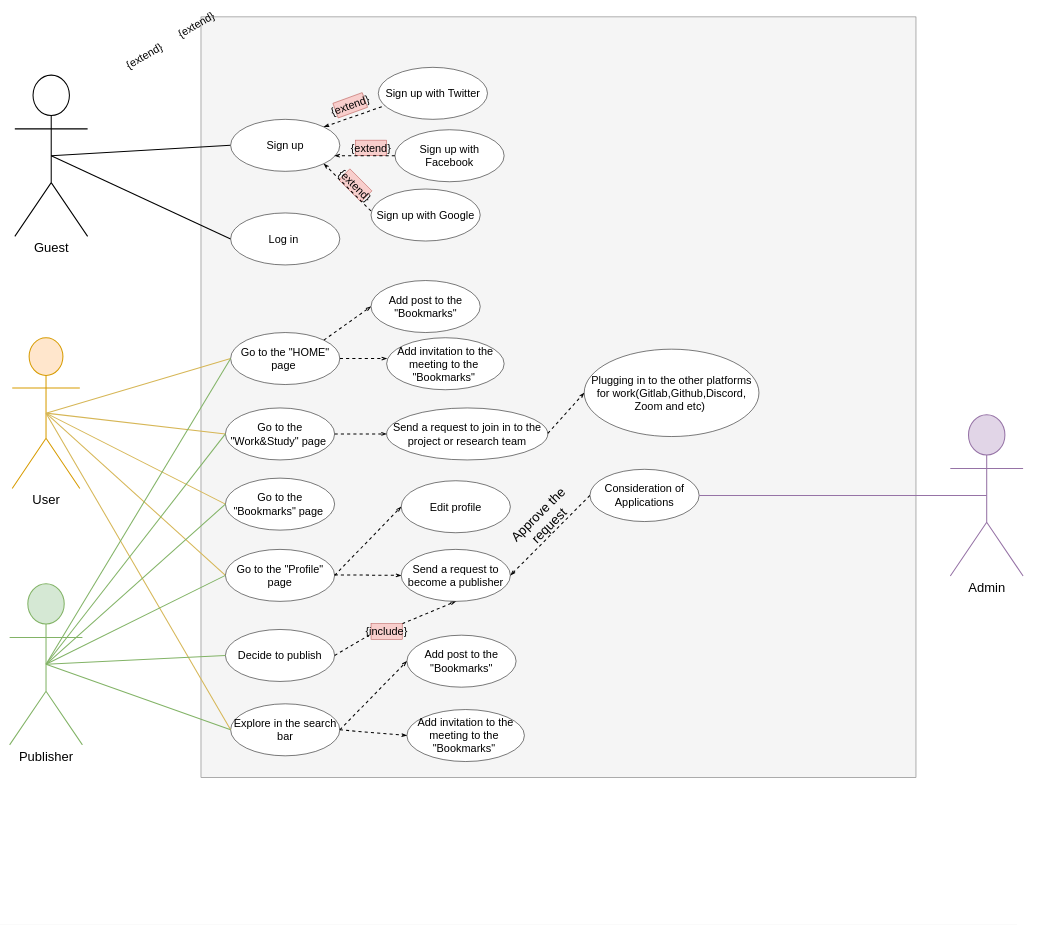
Borisov775/NeuroTalks keeps this draw.io diagram as Untitled Diagram.drawio. Above is the earlier version. Source tidied: cells renumbered, new cells numbered last; positions are measured from the earlier drawing's top-left corner, leaving out a move shared by most shapes. Both pictures are drawn from the tidied source at 52%, with x=0, y=0 at pixel (9, 17).
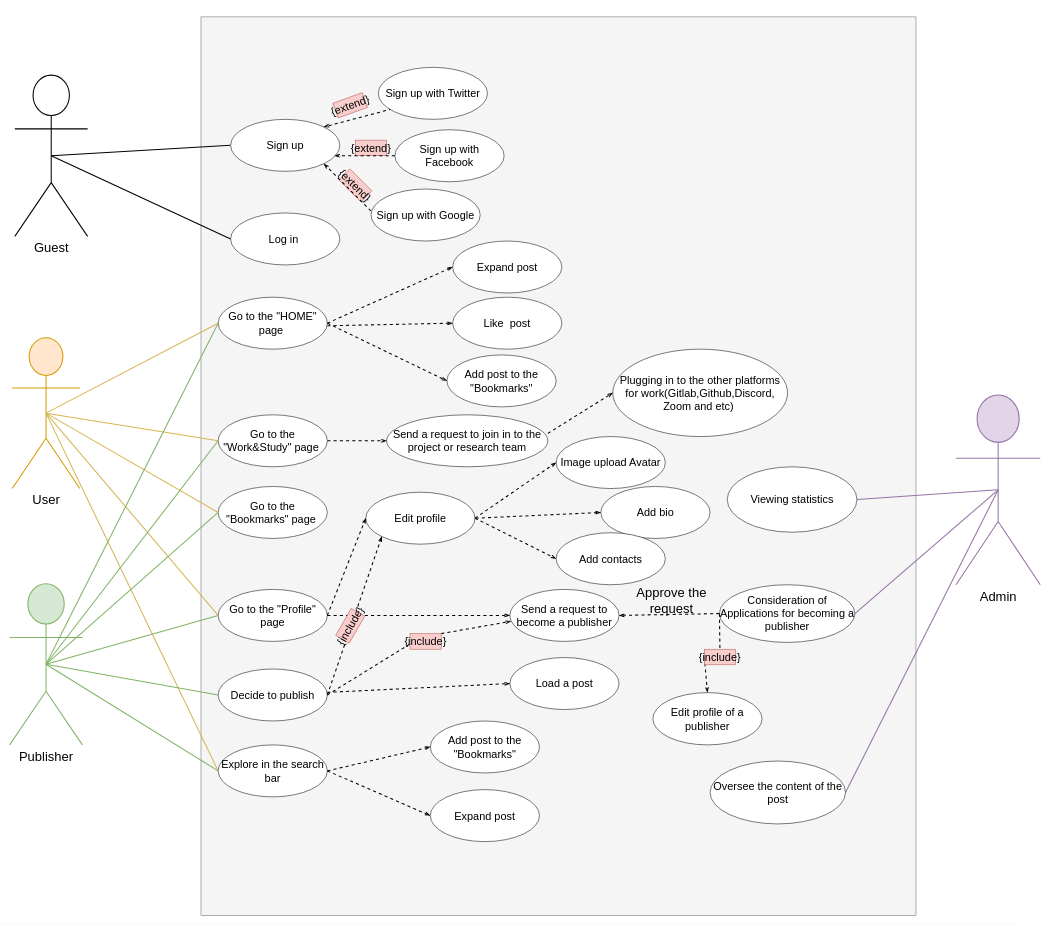
Above is the later version.

Change to the diagram source:
```diff
@@
     <mxCell id="3" style="rounded=0;whiteSpace=wrap;html=1;fillColor=#f5f5f5;fontColor=#333333;strokeColor=#666666;" parent="1" vertex="1">
-      <mxGeometry x="368" width="1375" height="1463" as="geometry" />
+      <mxGeometry x="368" width="1375" height="1728" as="geometry" />
     </mxCell>
@@
-    <mxCell id="10" value="{extend}" style="text;html=1;strokeColor=none;fillColor=none;align=center;verticalAlign=middle;whiteSpace=wrap;rounded=0;fontFamily=Helvetica;fontSize=21;rotation=-30;" parent="1" vertex="1">
-      <mxGeometry x="328.5" width="60" height="30" as="geometry" />
-    </mxCell>
-    <mxCell id="11" value="{extend}" style="text;html=1;strokeColor=none;fillColor=none;align=center;verticalAlign=middle;whiteSpace=wrap;rounded=0;fontFamily=Helvetica;fontSize=21;rotation=-30;" parent="1" vertex="1">
-      <mxGeometry x="228.5" y="60" width="60" height="30" as="geometry" />
-    </mxCell>
@@
     <mxCell id="22" value="&lt;span style=&quot;font-size: 21px&quot;&gt;Go to the &quot;HOME&quot; page&amp;nbsp;&lt;/span&gt;" style="ellipse;whiteSpace=wrap;html=1;fontFamily=Helvetica;align=center;" parent="1" vertex="1">
-      <mxGeometry x="425" y="607" width="210" height="100" as="geometry" />
+      <mxGeometry x="401" y="539" width="210" height="100" as="geometry" />
     </mxCell>
-    <mxCell id="23" style="endArrow=openThin;html=1;rounded=0;fontFamily=Helvetica;fontSize=21;dashed=1;endFill=0;strokeWidth=2;exitX=1;exitY=0;exitDx=0;exitDy=0;labelPosition=left;verticalLabelPosition=top;align=right;verticalAlign=bottom;horizontal=1;spacingTop=0;fontStyle=0;entryX=0;entryY=0.5;entryDx=0;entryDy=0;" parent="1" edge="1" source="22" target="24">
+    <mxCell id="23" style="endArrow=openThin;html=1;rounded=0;fontFamily=Helvetica;fontSize=21;dashed=1;endFill=0;strokeWidth=2;exitX=1;exitY=0.5;exitDx=0;exitDy=0;labelPosition=left;verticalLabelPosition=top;align=right;verticalAlign=bottom;horizontal=1;spacingTop=0;fontStyle=0;entryX=0;entryY=0.5;entryDx=0;entryDy=0;" parent="1" edge="1" source="22" target="24">
       <mxGeometry x="-0.22" y="-34" relative="1" as="geometry" />
     </mxCell>
     <mxCell id="24" value="&lt;span style=&quot;font-size: 21px&quot;&gt;Add post to the &quot;Bookmarks&quot;&lt;/span&gt;" style="ellipse;whiteSpace=wrap;html=1;fontFamily=Helvetica;align=center;" parent="1" vertex="1">
-      <mxGeometry x="695" y="507" width="210" height="100" as="geometry" />
+      <mxGeometry x="841" y="650" width="210" height="100" as="geometry" />
     </mxCell>
-    <mxCell id="25" style="endArrow=openThin;html=1;rounded=0;fontFamily=Helvetica;fontSize=21;dashed=1;endFill=0;strokeWidth=2;exitX=1;exitY=0.5;exitDx=0;exitDy=0;labelPosition=left;verticalLabelPosition=top;align=right;verticalAlign=bottom;horizontal=1;spacingTop=0;fontStyle=0;entryX=0.003;entryY=0.4;entryDx=0;entryDy=0;entryPerimeter=0;" parent="1" edge="1" source="22">
-      <mxGeometry x="-0.22" y="-34" relative="1" as="geometry">
-        <mxPoint x="725.6" y="657" as="targetPoint" />
-      </mxGeometry>
-    </mxCell>
     <mxCell id="26" value="&lt;span style=&quot;font-size: 21px&quot;&gt;Go to the &quot;Work&amp;amp;Study&quot; page&amp;nbsp;&lt;/span&gt;" style="ellipse;whiteSpace=wrap;html=1;fontFamily=Helvetica;align=center;" parent="1" vertex="1">
-      <mxGeometry x="415" y="752" width="210" height="100" as="geometry" />
+      <mxGeometry x="401" y="765.2" width="210" height="100" as="geometry" />
     </mxCell>
@@
     <mxCell id="28" value="&lt;span style=&quot;font-size: 21px&quot;&gt;Send a request to join in to the project or research team&lt;/span&gt;" style="ellipse;whiteSpace=wrap;html=1;fontFamily=Helvetica;align=center;" parent="1" vertex="1">
-      <mxGeometry x="725" y="752" width="310" height="100" as="geometry" />
+      <mxGeometry x="725" y="765.2" width="310" height="100" as="geometry" />
     </mxCell>
     <mxCell id="29" value="&lt;span style=&quot;font-size: 21px&quot;&gt;Go to the &quot;Bookmarks&quot; page&amp;nbsp;&lt;/span&gt;" style="ellipse;whiteSpace=wrap;html=1;fontFamily=Helvetica;align=center;" parent="1" vertex="1">
-      <mxGeometry x="415" y="887" width="210" height="100" as="geometry" />
+      <mxGeometry x="401" y="903" width="210" height="100" as="geometry" />
     </mxCell>
@@
     <mxCell id="32" value="&lt;span style=&quot;font-size: 21px&quot;&gt;Go to the &quot;Profile&quot; page&lt;/span&gt;" style="ellipse;whiteSpace=wrap;html=1;fontFamily=Helvetica;align=center;" parent="1" vertex="1">
-      <mxGeometry x="415" y="1024" width="210" height="100" as="geometry" />
+      <mxGeometry x="401" y="1101" width="210" height="100" as="geometry" />
     </mxCell>
@@
     <mxCell id="34" value="Admin" style="shape=umlActor;verticalLabelPosition=bottom;verticalAlign=top;html=1;outlineConnect=0;fontFamily=Helvetica;strokeWidth=2;fontSize=25;fillColor=#e1d5e7;strokeColor=#9673a6;" parent="1" vertex="1">
-      <mxGeometry x="1809" y="765.2" width="140" height="310" as="geometry" />
+      <mxGeometry x="1820" y="727" width="162" height="365" as="geometry" />
     </mxCell>
@@
     <mxCell id="36" value="&lt;span style=&quot;font-size: 21px&quot;&gt;Send a request to become a publisher&lt;/span&gt;" style="ellipse;whiteSpace=wrap;html=1;fontFamily=Helvetica;align=center;" parent="1" vertex="1">
-      <mxGeometry x="753" y="1024" width="210" height="100" as="geometry" />
+      <mxGeometry x="962" y="1101" width="210" height="100" as="geometry" />
     </mxCell>
     <mxCell id="37" value="&lt;span style=&quot;font-size: 21px&quot;&gt;Edit profile&lt;/span&gt;" style="ellipse;whiteSpace=wrap;html=1;fontFamily=Helvetica;align=center;" parent="1" vertex="1">
-      <mxGeometry x="753" y="892" width="210" height="100" as="geometry" />
+      <mxGeometry x="685" y="914" width="210" height="100" as="geometry" />
     </mxCell>
-    <mxCell id="38" style="endArrow=openThin;html=1;rounded=0;fontFamily=Helvetica;fontSize=21;dashed=1;endFill=0;entryX=0;entryY=0.5;entryDx=0;entryDy=0;strokeWidth=2;labelPosition=left;verticalLabelPosition=top;align=right;verticalAlign=bottom;horizontal=1;spacingTop=0;fontStyle=0;exitX=1;exitY=0.5;exitDx=0;exitDy=0;" parent="1" edge="1" target="36">
-      <mxGeometry x="-0.22" y="-34" relative="1" as="geometry">
-        <mxPoint x="625" y="1073" as="sourcePoint" />
-      </mxGeometry>
+    <mxCell id="38" style="endArrow=openThin;html=1;rounded=0;fontFamily=Helvetica;fontSize=21;dashed=1;endFill=0;entryX=0;entryY=0.5;entryDx=0;entryDy=0;strokeWidth=2;labelPosition=left;verticalLabelPosition=top;align=right;verticalAlign=bottom;horizontal=1;spacingTop=0;fontStyle=0;exitX=1;exitY=0.5;exitDx=0;exitDy=0;startArrow=none;" parent="1" edge="1" source="32" target="36">
+      <mxGeometry x="-0.22" y="-34" relative="1" as="geometry" />
     </mxCell>
@@
     <mxCell id="40" value="&lt;span style=&quot;font-size: 21px&quot;&gt;Explore in the search bar&lt;/span&gt;" style="ellipse;whiteSpace=wrap;html=1;fontFamily=Helvetica;align=center;" parent="1" vertex="1">
-      <mxGeometry x="425" y="1321" width="210" height="100" as="geometry" />
+      <mxGeometry x="401" y="1400" width="210" height="100" as="geometry" />
     </mxCell>
@@
     <mxCell id="43" value="&lt;span style=&quot;font-size: 21px&quot;&gt;Add post to the &quot;Bookmarks&quot;&lt;/span&gt;" style="ellipse;whiteSpace=wrap;html=1;fontFamily=Helvetica;align=center;" parent="1" vertex="1">
-      <mxGeometry x="764" y="1189" width="210" height="100" as="geometry" />
+      <mxGeometry x="809" y="1354" width="210" height="100" as="geometry" />
     </mxCell>
-    <mxCell id="44" value="&lt;span style=&quot;font-size: 21px&quot;&gt;Add invitation to the meeting to the&amp;nbsp;&lt;br&gt;&quot;Bookmarks&quot;&amp;nbsp;&lt;/span&gt;" style="ellipse;whiteSpace=wrap;html=1;fontFamily=Helvetica;align=center;" parent="1" vertex="1">
-      <mxGeometry x="764" y="1332" width="226" height="100" as="geometry" />
-    </mxCell>
-    <mxCell id="45" value="&lt;span style=&quot;font-size: 21px&quot;&gt;Add invitation to the meeting to the&amp;nbsp;&lt;br&gt;&quot;Bookmarks&quot;&amp;nbsp;&lt;/span&gt;" style="ellipse;whiteSpace=wrap;html=1;fontFamily=Helvetica;align=center;" parent="1" vertex="1">
-      <mxGeometry x="725" y="617" width="226" height="100" as="geometry" />
-    </mxCell>
-    <mxCell id="46" style="endArrow=openThin;html=1;rounded=0;fontFamily=Helvetica;fontSize=21;dashed=1;endFill=0;strokeWidth=2;exitX=1;exitY=0.5;exitDx=0;exitDy=0;labelPosition=left;verticalLabelPosition=top;align=right;verticalAlign=bottom;horizontal=1;spacingTop=0;fontStyle=0;entryX=0;entryY=0.5;entryDx=0;entryDy=0;" parent="1" edge="1" source="40" target="44">
+    <mxCell id="46" style="endArrow=openThin;html=1;rounded=0;fontFamily=Helvetica;fontSize=21;dashed=1;endFill=0;strokeWidth=2;exitX=1;exitY=0.5;exitDx=0;exitDy=0;labelPosition=left;verticalLabelPosition=top;align=right;verticalAlign=bottom;horizontal=1;spacingTop=0;fontStyle=0;entryX=0;entryY=0.5;entryDx=0;entryDy=0;" parent="1" edge="1" source="40" target="73">
       <mxGeometry x="-0.22" y="-34" relative="1" as="geometry" />
     </mxCell>
@@
-    <mxCell id="53" value="&lt;span style=&quot;font-size: 21px&quot;&gt;Consideration of Applications&lt;/span&gt;" style="ellipse;whiteSpace=wrap;html=1;fontFamily=Helvetica;align=center;" parent="1" vertex="1">
-      <mxGeometry x="1116" y="870" width="210" height="100.5" as="geometry" />
+    <mxCell id="53" value="&lt;span style=&quot;font-size: 21px&quot;&gt;Consideration of Applications for becoming a publisher&lt;/span&gt;" style="ellipse;whiteSpace=wrap;html=1;fontFamily=Helvetica;align=center;" parent="1" vertex="1">
+      <mxGeometry x="1365" y="1092" width="260.5" height="110.9" as="geometry" />
     </mxCell>
-    <mxCell id="54" value="Approve the request" style="text;html=1;strokeColor=none;fillColor=none;align=center;verticalAlign=middle;whiteSpace=wrap;rounded=0;fontFamily=Helvetica;fontSize=25;rotation=-45;" parent="1" vertex="1">
-      <mxGeometry x="919" y="946" width="214" height="41" as="geometry" />
+    <mxCell id="54" value="Approve the request" style="text;html=1;strokeColor=none;fillColor=none;align=center;verticalAlign=middle;whiteSpace=wrap;rounded=0;fontFamily=Helvetica;fontSize=25;rotation=0;" parent="1" vertex="1">
+      <mxGeometry x="1166" y="1101" width="214" height="41" as="geometry" />
     </mxCell>
     <mxCell id="55" value="&lt;span style=&quot;font-size: 21px&quot;&gt;Decide to publish&lt;/span&gt;" style="ellipse;whiteSpace=wrap;html=1;fontFamily=Helvetica;align=center;" parent="1" vertex="1">
-      <mxGeometry x="415" y="1178" width="210" height="100" as="geometry" />
+      <mxGeometry x="401" y="1254" width="210" height="100" as="geometry" />
     </mxCell>
@@
-    <mxCell id="57" style="endArrow=openThin;html=1;rounded=0;fontFamily=Helvetica;fontSize=21;dashed=1;endFill=0;strokeWidth=2;exitX=1;exitY=0;exitDx=0;exitDy=0;labelPosition=left;verticalLabelPosition=top;align=right;verticalAlign=bottom;horizontal=1;spacingTop=0;fontStyle=0;startArrow=none;entryX=0.5;entryY=1;entryDx=0;entryDy=0;" parent="1" edge="1" source="58" target="36">
+    <mxCell id="57" style="endArrow=openThin;html=1;rounded=0;fontFamily=Helvetica;fontSize=21;dashed=1;endFill=0;strokeWidth=2;exitX=1;exitY=0;exitDx=0;exitDy=0;labelPosition=left;verticalLabelPosition=top;align=right;verticalAlign=bottom;horizontal=1;spacingTop=0;fontStyle=0;startArrow=none;entryX=0.01;entryY=0.614;entryDx=0;entryDy=0;entryPerimeter=0;" parent="1" edge="1" source="58" target="36">
       <mxGeometry x="-0.22" y="-34" relative="1" as="geometry" />
     </mxCell>
     <mxCell id="58" value="{include}" style="text;html=1;strokeColor=#b85450;fillColor=#f8cecc;align=center;verticalAlign=middle;whiteSpace=wrap;rounded=0;fontFamily=Helvetica;fontSize=21;rotation=0;" parent="1" vertex="1">
-      <mxGeometry x="695" y="1167" width="60" height="30" as="geometry" />
+      <mxGeometry x="770" y="1186" width="60" height="30" as="geometry" />
     </mxCell>
@@
     <mxCell id="61" value="&lt;span style=&quot;font-size: 21px&quot;&gt;Plugging in to the other platforms for work(Gitlab,Github,Discord, Zoom and etc)&amp;nbsp;&lt;/span&gt;" style="ellipse;whiteSpace=wrap;html=1;fontFamily=Helvetica;align=center;" parent="1" vertex="1">
-      <mxGeometry x="1105" y="639" width="336" height="168" as="geometry" />
+      <mxGeometry x="1160" y="639" width="336" height="168" as="geometry" />
     </mxCell>
@@
+    <mxCell id="63" value="&lt;span style=&quot;font-size: 21px&quot;&gt;Image upload Avatar&lt;/span&gt;" style="ellipse;whiteSpace=wrap;html=1;fontFamily=Helvetica;align=center;" parent="1" vertex="1">
+      <mxGeometry x="1051" y="807" width="210" height="100" as="geometry" />
+    </mxCell>
+    <mxCell id="64" value="&lt;span style=&quot;font-size: 21px&quot;&gt;Add bio&lt;/span&gt;" style="ellipse;whiteSpace=wrap;html=1;fontFamily=Helvetica;align=center;" parent="1" vertex="1">
+      <mxGeometry x="1137" y="903" width="210" height="100" as="geometry" />
+    </mxCell>
+    <mxCell id="65" style="endArrow=openThin;html=1;rounded=0;fontFamily=Helvetica;fontSize=21;dashed=1;endFill=0;entryX=0;entryY=0.5;entryDx=0;entryDy=0;strokeWidth=2;labelPosition=left;verticalLabelPosition=top;align=right;verticalAlign=bottom;horizontal=1;spacingTop=0;fontStyle=0;exitX=1;exitY=0.5;exitDx=0;exitDy=0;" parent="1" edge="1" source="37" target="63">
+      <mxGeometry x="-0.22" y="-34" relative="1" as="geometry" />
+    </mxCell>
+    <mxCell id="66" style="endArrow=openThin;html=1;rounded=0;fontFamily=Helvetica;fontSize=21;dashed=1;endFill=0;strokeWidth=2;labelPosition=left;verticalLabelPosition=top;align=right;verticalAlign=bottom;horizontal=1;spacingTop=0;fontStyle=0;exitX=1;exitY=0.5;exitDx=0;exitDy=0;entryX=0;entryY=1;entryDx=0;entryDy=0;" parent="1" edge="1" source="55" target="37">
+      <mxGeometry x="-0.22" y="-34" relative="1" as="geometry" />
+    </mxCell>
+    <mxCell id="67" value="{include}" style="text;html=1;strokeColor=#b85450;fillColor=#f8cecc;align=center;verticalAlign=middle;whiteSpace=wrap;rounded=0;fontFamily=Helvetica;fontSize=21;rotation=-60;" parent="1" vertex="1">
+      <mxGeometry x="625" y="1156" width="60" height="30" as="geometry" />
+    </mxCell>
+    <mxCell id="68" value="&lt;span style=&quot;font-size: 21px&quot;&gt;Load a post&lt;/span&gt;" style="ellipse;whiteSpace=wrap;html=1;fontFamily=Helvetica;align=center;" parent="1" vertex="1">
+      <mxGeometry x="962" y="1232" width="210" height="100" as="geometry" />
+    </mxCell>
+    <mxCell id="69" style="endArrow=openThin;html=1;rounded=0;fontFamily=Helvetica;fontSize=21;dashed=1;endFill=0;strokeWidth=2;labelPosition=left;verticalLabelPosition=top;align=right;verticalAlign=bottom;horizontal=1;spacingTop=0;fontStyle=0;entryX=0;entryY=0.5;entryDx=0;entryDy=0;" parent="1" edge="1" target="68">
+      <mxGeometry x="-0.22" y="-34" relative="1" as="geometry">
+        <mxPoint x="611" y="1299" as="sourcePoint" />
+      </mxGeometry>
+    </mxCell>
+    <mxCell id="70" style="endArrow=openThin;html=1;rounded=0;fontFamily=Helvetica;fontSize=21;dashed=1;endFill=0;entryX=0;entryY=0.5;entryDx=0;entryDy=0;strokeWidth=2;labelPosition=left;verticalLabelPosition=top;align=right;verticalAlign=bottom;horizontal=1;spacingTop=0;fontStyle=0;" parent="1" edge="1" target="64">
+      <mxGeometry x="-0.22" y="-34" relative="1" as="geometry">
+        <mxPoint x="896" y="964" as="sourcePoint" />
+      </mxGeometry>
+    </mxCell>
+    <mxCell id="71" value="&lt;span style=&quot;font-size: 21px&quot;&gt;Expand post&lt;/span&gt;" style="ellipse;whiteSpace=wrap;html=1;fontFamily=Helvetica;align=center;" parent="1" vertex="1">
+      <mxGeometry x="852" y="431" width="210" height="100" as="geometry" />
+    </mxCell>
+    <mxCell id="72" style="endArrow=openThin;html=1;rounded=0;fontFamily=Helvetica;fontSize=21;dashed=1;endFill=0;strokeWidth=2;exitX=1;exitY=0.5;exitDx=0;exitDy=0;labelPosition=left;verticalLabelPosition=top;align=right;verticalAlign=bottom;horizontal=1;spacingTop=0;fontStyle=0;entryX=0;entryY=0.5;entryDx=0;entryDy=0;" parent="1" edge="1" source="22" target="71">
+      <mxGeometry x="-0.22" y="-34" relative="1" as="geometry" />
+    </mxCell>
+    <mxCell id="73" value="&lt;span style=&quot;font-size: 21px&quot;&gt;Expand post&lt;/span&gt;" style="ellipse;whiteSpace=wrap;html=1;fontFamily=Helvetica;align=center;" parent="1" vertex="1">
+      <mxGeometry x="809" y="1486" width="210" height="100" as="geometry" />
+    </mxCell>
+    <mxCell id="74" value="&lt;span style=&quot;font-size: 21px&quot;&gt;Like&amp;nbsp; post&lt;/span&gt;" style="ellipse;whiteSpace=wrap;html=1;fontFamily=Helvetica;align=center;" parent="1" vertex="1">
+      <mxGeometry x="852" y="539" width="210" height="100" as="geometry" />
+    </mxCell>
+    <mxCell id="75" style="endArrow=openThin;html=1;rounded=0;fontFamily=Helvetica;fontSize=21;dashed=1;endFill=0;strokeWidth=2;exitX=1;exitY=0.5;exitDx=0;exitDy=0;labelPosition=left;verticalLabelPosition=top;align=right;verticalAlign=bottom;horizontal=1;spacingTop=0;fontStyle=0;entryX=0;entryY=0.5;entryDx=0;entryDy=0;" parent="1" edge="1" target="74">
+      <mxGeometry x="-0.22" y="-34" relative="1" as="geometry">
+        <mxPoint x="611" y="594" as="sourcePoint" />
+      </mxGeometry>
+    </mxCell>
+    <mxCell id="76" style="endArrow=none;html=1;rounded=0;fontFamily=Helvetica;fontSize=13;strokeWidth=2;align=right;verticalAlign=bottom;entryX=0.5;entryY=0.5;entryDx=0;entryDy=0;entryPerimeter=0;exitX=1;exitY=0.5;exitDx=0;exitDy=0;fillColor=#e1d5e7;strokeColor=#9673a6;" parent="1" edge="1" source="77" target="34">
+      <mxGeometry relative="1" as="geometry" />
+    </mxCell>
+    <mxCell id="77" value="&lt;span style=&quot;font-size: 21px&quot;&gt;Viewing statistics&lt;/span&gt;" style="ellipse;whiteSpace=wrap;html=1;fontFamily=Helvetica;align=center;" parent="1" vertex="1">
+      <mxGeometry x="1380" y="865.2" width="249.5" height="125.8" as="geometry" />
+    </mxCell>
+    <mxCell id="78" style="endArrow=none;html=1;rounded=0;fontFamily=Helvetica;fontSize=13;strokeWidth=2;align=right;verticalAlign=bottom;entryX=0.5;entryY=0.5;entryDx=0;entryDy=0;entryPerimeter=0;exitX=1;exitY=0.5;exitDx=0;exitDy=0;fillColor=#e1d5e7;strokeColor=#9673a6;" parent="1" edge="1" source="79" target="34">
+      <mxGeometry relative="1" as="geometry" />
+    </mxCell>
+    <mxCell id="79" value="&lt;span style=&quot;font-size: 21px&quot;&gt;Oversee the content of the post&lt;/span&gt;" style="ellipse;whiteSpace=wrap;html=1;fontFamily=Helvetica;align=center;" parent="1" vertex="1">
+      <mxGeometry x="1347" y="1431" width="260.5" height="121" as="geometry" />
+    </mxCell>
+    <mxCell id="80" style="endArrow=openThin;html=1;rounded=0;fontFamily=Helvetica;fontSize=21;dashed=1;endFill=0;entryX=0.5;entryY=0;entryDx=0;entryDy=0;strokeWidth=2;labelPosition=left;verticalLabelPosition=top;align=right;verticalAlign=bottom;horizontal=1;spacingTop=0;fontStyle=0;exitX=0;exitY=0.5;exitDx=0;exitDy=0;startArrow=none;" parent="1" edge="1" source="82" target="81">
+      <mxGeometry x="-0.22" y="-34" relative="1" as="geometry" />
+    </mxCell>
+    <mxCell id="81" value="&lt;span style=&quot;font-size: 21px&quot;&gt;Edit profile of a publisher&lt;/span&gt;" style="ellipse;whiteSpace=wrap;html=1;fontFamily=Helvetica;align=center;" parent="1" vertex="1">
+      <mxGeometry x="1237" y="1299.5" width="210" height="100.5" as="geometry" />
+    </mxCell>
+    <mxCell id="82" value="{include}" style="text;html=1;strokeColor=#b85450;fillColor=#f8cecc;align=center;verticalAlign=middle;whiteSpace=wrap;rounded=0;fontFamily=Helvetica;fontSize=21;rotation=0;" parent="1" vertex="1">
+      <mxGeometry x="1336" y="1216" width="60" height="30" as="geometry" />
+    </mxCell>
+    <mxCell id="83" style="endArrow=none;html=1;rounded=0;fontFamily=Helvetica;fontSize=21;dashed=1;endFill=0;entryX=0.5;entryY=0;entryDx=0;entryDy=0;strokeWidth=2;labelPosition=left;verticalLabelPosition=top;align=right;verticalAlign=bottom;horizontal=1;spacingTop=0;fontStyle=0;exitX=0;exitY=0.5;exitDx=0;exitDy=0;" parent="1" edge="1" source="53" target="82">
+      <mxGeometry x="-0.22" y="-34" relative="1" as="geometry" />
+    </mxCell>
+    <mxCell id="84" style="endArrow=openThin;html=1;rounded=0;fontFamily=Helvetica;fontSize=21;dashed=1;endFill=0;entryX=0;entryY=0.5;entryDx=0;entryDy=0;strokeWidth=2;labelPosition=left;verticalLabelPosition=top;align=right;verticalAlign=bottom;horizontal=1;spacingTop=0;fontStyle=0;exitX=1;exitY=0.5;exitDx=0;exitDy=0;" parent="1" edge="1" source="37" target="85">
+      <mxGeometry x="-0.22" y="-34" relative="1" as="geometry" />
+    </mxCell>
+    <mxCell id="85" value="&lt;span style=&quot;font-size: 21px&quot;&gt;Add contacts&lt;/span&gt;" style="ellipse;whiteSpace=wrap;html=1;fontFamily=Helvetica;align=center;" parent="1" vertex="1">
+      <mxGeometry x="1051" y="992" width="210" height="100" as="geometry" />
+    </mxCell>
```
